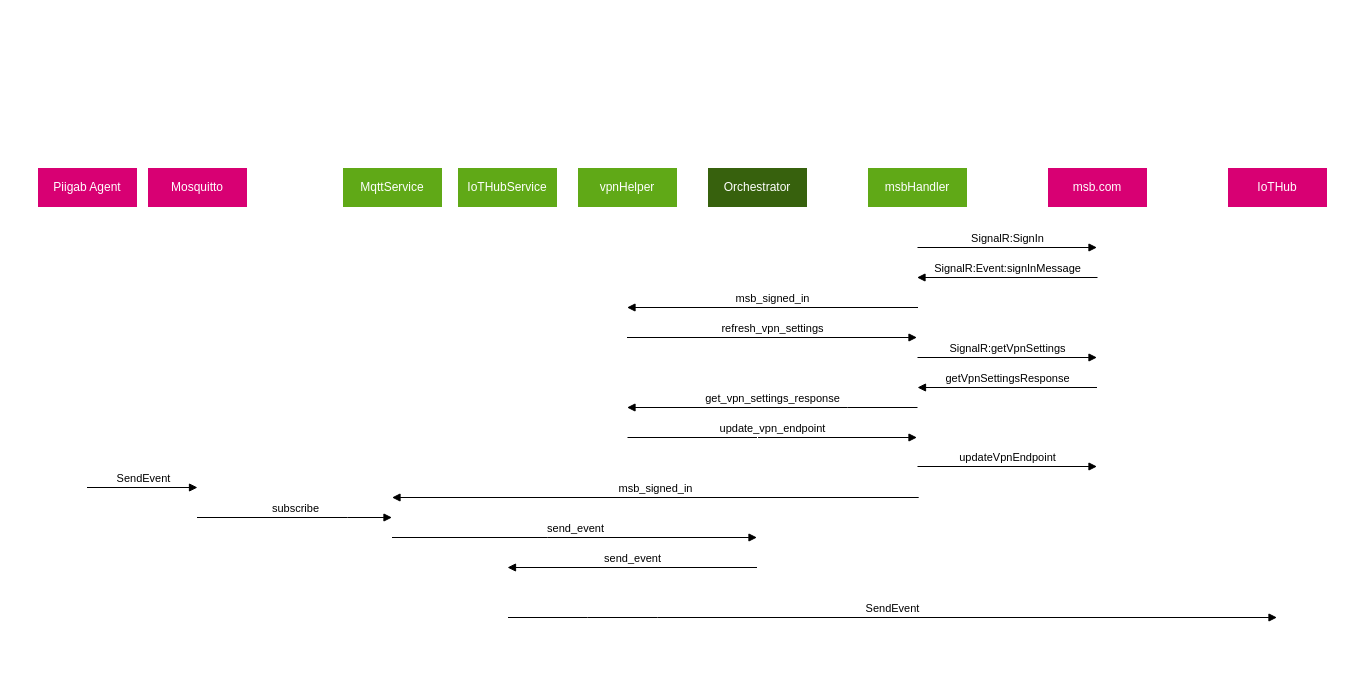
Before: page "msbService" (2 of 3) of docs/processes.drawio in axians/microservicebus-py, a draw.io diagram. Source tidied: cells renumbered, new cells numbered last; positions are measured from the earlier drawing's top-left corner, leaving out a move shared by most shapes. Both pictures are drawn from the tidied source at 100%, with x=0, y=0 at pixel (37, 167).
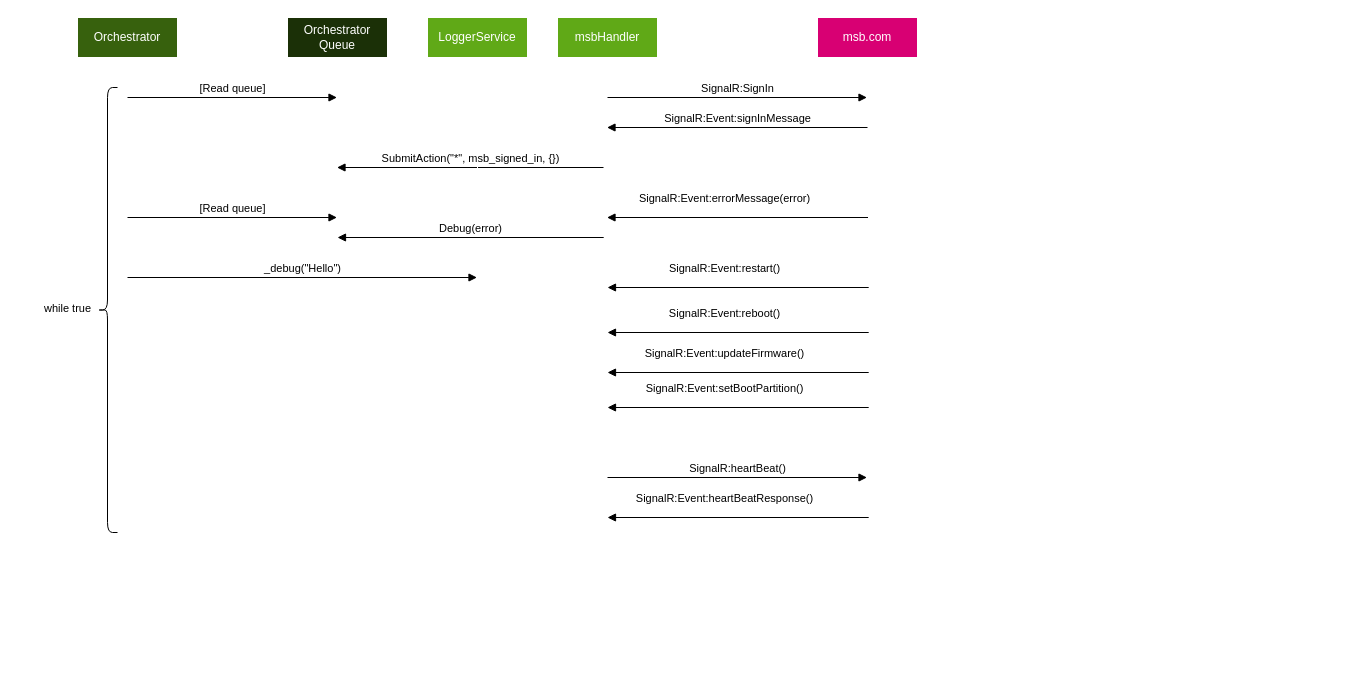
Above is the later version.

Change to the diagram source:
```diff
@@
-    <mxCell id="2" value="vpnHelper" style="shape=umlLifeline;perimeter=lifelinePerimeter;whiteSpace=wrap;html=1;outlineConnect=0;strokeColor=#FFFFFF;fillColor=#60a917;fontColor=#ffffff;" parent="1" vertex="1">
-      <mxGeometry x="540" width="100" height="300" as="geometry" />
-    </mxCell>
-    <mxCell id="3" value="update_vpn_endpoint" style="html=1;verticalAlign=bottom;endArrow=block;rounded=0;" parent="2" edge="1" target="4">
-      <mxGeometry relative="1" as="geometry">
-        <mxPoint x="50" y="270" as="sourcePoint" />
-      </mxGeometry>
-    </mxCell>
     <mxCell id="4" value="msbHandler" style="shape=umlLifeline;perimeter=lifelinePerimeter;whiteSpace=wrap;html=1;outlineConnect=0;strokeColor=#FFFFFF;fillColor=#60a917;fontColor=#ffffff;" parent="1" vertex="1">
-      <mxGeometry x="830" width="100" height="400" as="geometry" />
+      <mxGeometry x="520" y="-150" width="100" height="590" as="geometry" />
     </mxCell>
-    <mxCell id="5" value="SignalR:getVpnSettings" style="html=1;verticalAlign=bottom;endArrow=block;rounded=0;" parent="4" edge="1" target="7">
-      <mxGeometry relative="1" as="geometry">
-        <mxPoint x="50" y="190" as="sourcePoint" />
-      </mxGeometry>
-    </mxCell>
-    <mxCell id="6" value="updateVpnEndpoint" style="html=1;verticalAlign=bottom;endArrow=block;rounded=0;" parent="4" edge="1" target="7">
-      <mxGeometry relative="1" as="geometry">
-        <mxPoint x="50" y="299" as="sourcePoint" />
-      </mxGeometry>
-    </mxCell>
     <mxCell id="7" value="msb.com" style="shape=umlLifeline;perimeter=lifelinePerimeter;whiteSpace=wrap;html=1;outlineConnect=0;fillColor=#d80073;fontColor=#ffffff;strokeColor=#FFFFFF;" parent="1" vertex="1">
-      <mxGeometry x="1010" width="100" height="300" as="geometry" />
+      <mxGeometry x="780" y="-150" width="100" height="590" as="geometry" />
     </mxCell>
@@
+    <mxCell id="26" value="SignalR:Event:errorMessage(error)" style="html=1;verticalAlign=bottom;endArrow=block;rounded=0;" parent="7" edge="1" target="4">
+      <mxGeometry x="0.11" y="-10" relative="1" as="geometry">
+        <mxPoint x="50.5" y="200" as="sourcePoint" />
+        <mxPoint x="1" as="offset" />
+      </mxGeometry>
+    </mxCell>
     <mxCell id="9" value="SignalR:SignIn" style="html=1;verticalAlign=bottom;endArrow=block;rounded=0;" parent="1" edge="1" target="7">
       <mxGeometry relative="1" as="geometry">
-        <mxPoint x="880" y="80" as="sourcePoint" />
+        <mxPoint x="570" y="-70" as="sourcePoint" />
       </mxGeometry>
     </mxCell>
     <mxCell id="10" value="Orchestrator" style="shape=umlLifeline;perimeter=lifelinePerimeter;whiteSpace=wrap;html=1;outlineConnect=0;strokeColor=#FFFFFF;fillColor=#37610D;fontColor=#ffffff;" parent="1" vertex="1">
-      <mxGeometry x="670" width="100" height="410" as="geometry" />
+      <mxGeometry x="40" y="-150" width="100" height="590" as="geometry" />
     </mxCell>
-    <mxCell id="11" value="msb_signed_in" style="html=1;verticalAlign=bottom;endArrow=block;rounded=0;" parent="10" edge="1" target="2">
-      <mxGeometry relative="1" as="geometry">
-        <mxPoint x="210.5" y="140" as="sourcePoint" />
-      </mxGeometry>
-    </mxCell>
-    <mxCell id="12" value="refresh_vpn_settings" style="html=1;verticalAlign=bottom;endArrow=block;rounded=0;" parent="1" edge="1" source="2" target="4">
-      <mxGeometry relative="1" as="geometry">
-        <Array as="points">
-          <mxPoint x="590" y="170" />
-        </Array>
-      </mxGeometry>
-    </mxCell>
-    <mxCell id="13" value="getVpnSettingsResponse" style="html=1;verticalAlign=bottom;endArrow=block;rounded=0;" parent="1" edge="1" source="7">
-      <mxGeometry relative="1" as="geometry">
-        <mxPoint x="880" y="220" as="targetPoint" />
-      </mxGeometry>
-    </mxCell>
-    <mxCell id="14" value="get_vpn_settings_response" style="html=1;verticalAlign=bottom;endArrow=block;rounded=0;" parent="1" edge="1" target="2">
-      <mxGeometry relative="1" as="geometry">
-        <mxPoint x="880" y="240" as="sourcePoint" />
-        <Array as="points">
-          <mxPoint x="810" y="240" />
-        </Array>
-      </mxGeometry>
-    </mxCell>
-    <mxCell id="15" value="Piigab Agent" style="shape=umlLifeline;perimeter=lifelinePerimeter;whiteSpace=wrap;html=1;outlineConnect=0;fillColor=#d80073;fontColor=#ffffff;strokeColor=#FFFFFF;" parent="1" vertex="1">
-      <mxGeometry width="100" height="510" as="geometry" />
-    </mxCell>
-    <mxCell id="16" value="IoTHub" style="shape=umlLifeline;perimeter=lifelinePerimeter;whiteSpace=wrap;html=1;outlineConnect=0;fillColor=#d80073;fontColor=#ffffff;strokeColor=#FFFFFF;" parent="1" vertex="1">
-      <mxGeometry x="1190" width="100" height="510" as="geometry" />
-    </mxCell>
-    <mxCell id="17" value="SendEvent" style="html=1;verticalAlign=bottom;endArrow=block;rounded=0;" parent="1" edge="1" source="15" target="20">
-      <mxGeometry relative="1" as="geometry">
-        <Array as="points">
-          <mxPoint x="160" y="320" />
-        </Array>
-      </mxGeometry>
-    </mxCell>
-    <mxCell id="18" value="MqttService" style="shape=umlLifeline;perimeter=lifelinePerimeter;whiteSpace=wrap;html=1;outlineConnect=0;strokeColor=#FFFFFF;fillColor=#60a917;fontColor=#ffffff;" parent="1" vertex="1">
-      <mxGeometry x="305" width="100" height="510" as="geometry" />
-    </mxCell>
-    <mxCell id="19" value="SendEvent" style="html=1;verticalAlign=bottom;endArrow=block;rounded=0;" parent="1" edge="1" source="22" target="16">
-      <mxGeometry relative="1" as="geometry">
-        <Array as="points">
-          <mxPoint x="550" y="450" />
-          <mxPoint x="620" y="450" />
-        </Array>
-      </mxGeometry>
-    </mxCell>
-    <mxCell id="20" value="Mosquitto" style="shape=umlLifeline;perimeter=lifelinePerimeter;whiteSpace=wrap;html=1;outlineConnect=0;fillColor=#d80073;fontColor=#ffffff;strokeColor=#FFFFFF;" parent="1" vertex="1">
-      <mxGeometry x="110" width="100" height="510" as="geometry" />
-    </mxCell>
-    <mxCell id="21" value="subscribe" style="html=1;verticalAlign=bottom;endArrow=block;rounded=0;" parent="1" edge="1" source="20" target="18">
-      <mxGeometry relative="1" as="geometry">
-        <Array as="points">
-          <mxPoint x="310" y="350" />
-        </Array>
-      </mxGeometry>
-    </mxCell>
-    <mxCell id="22" value="IoTHubService" style="shape=umlLifeline;perimeter=lifelinePerimeter;whiteSpace=wrap;html=1;outlineConnect=0;strokeColor=#FFFFFF;fillColor=#60a917;fontColor=#ffffff;" parent="1" vertex="1">
-      <mxGeometry x="420" width="100" height="510" as="geometry" />
-    </mxCell>
-    <mxCell id="23" value="send_event" style="html=1;verticalAlign=bottom;endArrow=block;rounded=0;" parent="22" edge="1" source="10">
-      <mxGeometry relative="1" as="geometry">
-        <mxPoint x="50" y="400" as="targetPoint" />
-      </mxGeometry>
-    </mxCell>
-    <mxCell id="24" value="send_event" style="html=1;verticalAlign=bottom;endArrow=block;rounded=0;" parent="1" edge="1" source="18" target="10">
-      <mxGeometry relative="1" as="geometry">
-        <Array as="points">
-          <mxPoint x="510.2" y="370" />
-        </Array>
-      </mxGeometry>
-    </mxCell>
-    <mxCell id="25" value="msb_signed_in" style="html=1;verticalAlign=bottom;endArrow=block;rounded=0;" parent="1" edge="1" target="18">
-      <mxGeometry relative="1" as="geometry">
-        <mxPoint x="881.2" y="330" as="sourcePoint" />
-      </mxGeometry>
-    </mxCell>
+    <mxCell id="27" value="Orchestrator Queue" style="shape=umlLifeline;perimeter=lifelinePerimeter;whiteSpace=wrap;html=1;outlineConnect=0;strokeColor=#FFFFFF;fillColor=#1B3007;fontColor=#ffffff;" parent="1" vertex="1">
+      <mxGeometry x="250" y="-150" width="100" height="590" as="geometry" />
+    </mxCell>
+    <mxCell id="28" value="_debug(&quot;Hello&quot;)" style="html=1;verticalAlign=bottom;endArrow=block;rounded=0;" parent="27" edge="1" target="33">
+      <mxGeometry relative="1" as="geometry">
+        <mxPoint x="-160" y="260" as="sourcePoint" />
+      </mxGeometry>
+    </mxCell>
+    <mxCell id="29" style="shape=curlyBracket;whiteSpace=wrap;html=1;rounded=1;strokeColor=default;fillColor=#1B3007;" parent="1" vertex="1">
+      <mxGeometry x="60" y="-80" width="20" height="445" as="geometry" />
+    </mxCell>
+    <mxCell id="30" value="[Read queue]" style="html=1;verticalAlign=bottom;endArrow=block;rounded=0;" parent="1" edge="1">
+      <mxGeometry relative="1" as="geometry">
+        <mxPoint x="90" y="-70" as="sourcePoint" />
+        <mxPoint x="299.5" y="-70" as="targetPoint" />
+      </mxGeometry>
+    </mxCell>
+    <mxCell id="31" value="&lt;span style=&quot;font-weight: normal&quot;&gt;&lt;font style=&quot;font-size: 11px&quot;&gt;while true&lt;/font&gt;&lt;/span&gt;" style="text;strokeColor=none;fillColor=none;html=1;fontSize=24;fontStyle=1;verticalAlign=middle;align=center;" parent="1" vertex="1">
+      <mxGeometry x="-20" y="117" width="100" height="40" as="geometry" />
+    </mxCell>
+    <mxCell id="32" value="SubmitAction(&quot;*&quot;, msb_signed_in, {})" style="html=1;verticalAlign=bottom;endArrow=block;rounded=0;" parent="1" edge="1" target="27">
+      <mxGeometry relative="1" as="geometry">
+        <mxPoint x="566" as="sourcePoint" />
+      </mxGeometry>
+    </mxCell>
+    <mxCell id="33" value="LoggerService" style="shape=umlLifeline;perimeter=lifelinePerimeter;whiteSpace=wrap;html=1;outlineConnect=0;strokeColor=#FFFFFF;fillColor=#60a917;fontColor=#ffffff;" parent="1" vertex="1">
+      <mxGeometry x="390" y="-150" width="100" height="590" as="geometry" />
+    </mxCell>
+    <mxCell id="34" value="Debug(error)" style="html=1;verticalAlign=bottom;endArrow=block;rounded=0;" parent="33" edge="1">
+      <mxGeometry relative="1" as="geometry">
+        <mxPoint x="176.2" y="220" as="sourcePoint" />
+        <mxPoint x="-90" y="220" as="targetPoint" />
+      </mxGeometry>
+    </mxCell>
+    <mxCell id="35" value="SignalR:Event:restart()" style="html=1;verticalAlign=bottom;endArrow=block;rounded=0;" parent="1" edge="1">
+      <mxGeometry x="0.11" y="-10" relative="1" as="geometry">
+        <mxPoint x="831.2" y="120" as="sourcePoint" />
+        <mxPoint x="570" y="120" as="targetPoint" />
+        <mxPoint x="1" as="offset" />
+      </mxGeometry>
+    </mxCell>
+    <mxCell id="36" value="SignalR:Event:reboot()" style="html=1;verticalAlign=bottom;endArrow=block;rounded=0;" parent="1" edge="1">
+      <mxGeometry x="0.11" y="-10" relative="1" as="geometry">
+        <mxPoint x="831.2" y="165" as="sourcePoint" />
+        <mxPoint x="570" y="165" as="targetPoint" />
+        <mxPoint x="1" as="offset" />
+      </mxGeometry>
+    </mxCell>
+    <mxCell id="37" value="SignalR:Event:heartBeatResponse()" style="html=1;verticalAlign=bottom;endArrow=block;rounded=0;" parent="1" edge="1">
+      <mxGeometry x="0.11" y="-10" relative="1" as="geometry">
+        <mxPoint x="831.2" y="350" as="sourcePoint" />
+        <mxPoint x="570" y="350" as="targetPoint" />
+        <mxPoint x="1" as="offset" />
+      </mxGeometry>
+    </mxCell>
+    <mxCell id="38" value="SignalR:Event:updateFirmware()" style="html=1;verticalAlign=bottom;endArrow=block;rounded=0;" parent="1" edge="1">
+      <mxGeometry x="0.11" y="-10" relative="1" as="geometry">
+        <mxPoint x="831.2" y="205" as="sourcePoint" />
+        <mxPoint x="570" y="205" as="targetPoint" />
+        <mxPoint x="1" as="offset" />
+      </mxGeometry>
+    </mxCell>
+    <mxCell id="39" value="SignalR:Event:setBootPartition()" style="html=1;verticalAlign=bottom;endArrow=block;rounded=0;" parent="1" edge="1">
+      <mxGeometry x="0.11" y="-10" relative="1" as="geometry">
+        <mxPoint x="831.2" y="240" as="sourcePoint" />
+        <mxPoint x="570" y="240" as="targetPoint" />
+        <mxPoint x="1" as="offset" />
+      </mxGeometry>
+    </mxCell>
+    <mxCell id="40" value="SignalR:heartBeat()" style="html=1;verticalAlign=bottom;endArrow=block;rounded=0;" parent="1" edge="1">
+      <mxGeometry relative="1" as="geometry">
+        <mxPoint x="570" y="310" as="sourcePoint" />
+        <mxPoint x="829.5" y="310" as="targetPoint" />
+      </mxGeometry>
+    </mxCell>
+    <mxCell id="41" value="[Read queue]" style="html=1;verticalAlign=bottom;endArrow=block;rounded=0;" parent="1" edge="1">
+      <mxGeometry relative="1" as="geometry">
+        <mxPoint x="90" y="50" as="sourcePoint" />
+        <mxPoint x="299.5" y="50" as="targetPoint" />
+      </mxGeometry>
+    </mxCell>
```
